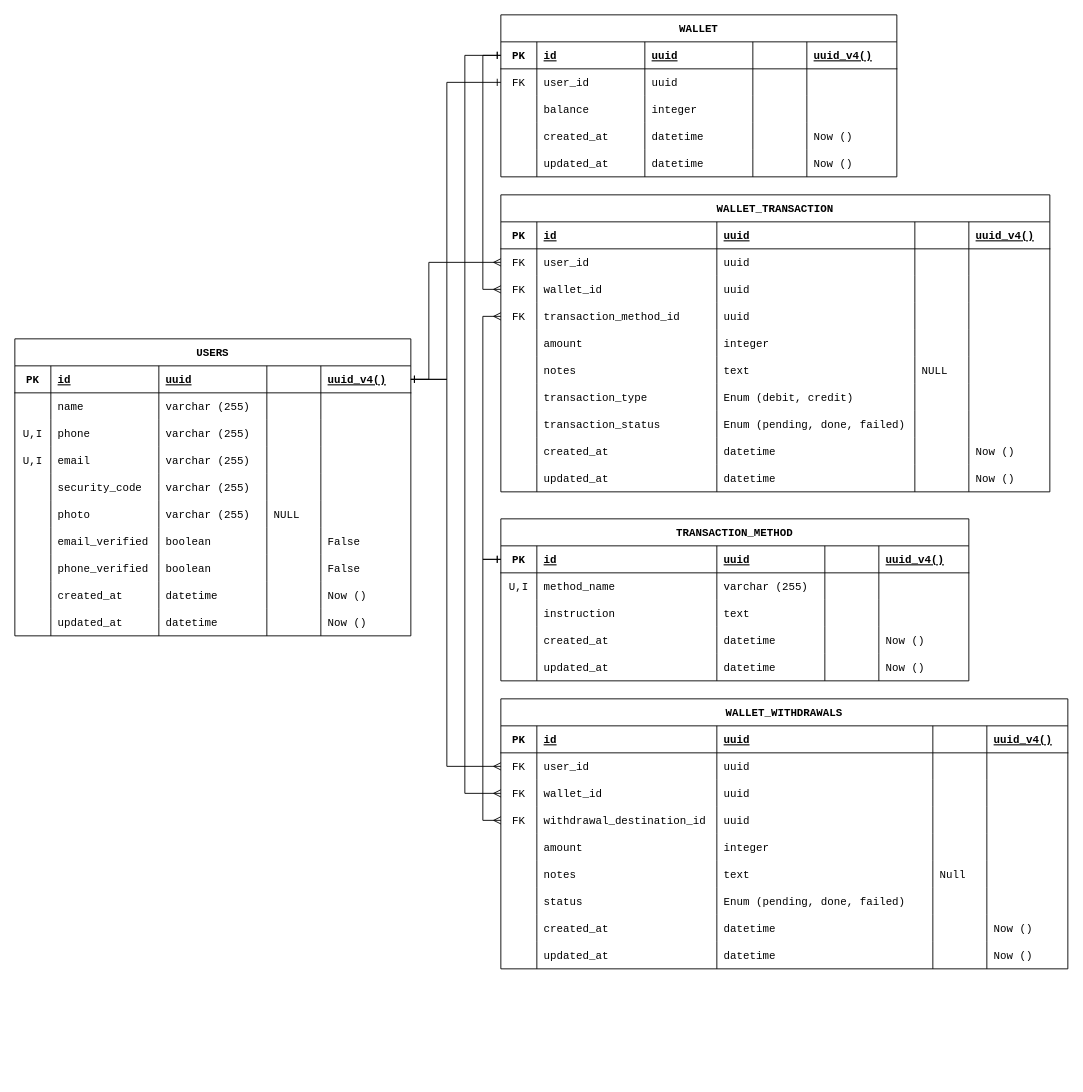
Above: requirements/Database ERD.drawio in foxxxesky/Final-Projects-Backend-OVO (draw.io), before the change. Source tidied: cells renumbered, new cells numbered last; positions are measured from the earlier drawing's top-left corner, leaving out a move shared by most shapes. Both pictures are drawn from the tidied source at 90%, with x=0, y=0 at pixel (14, 14).
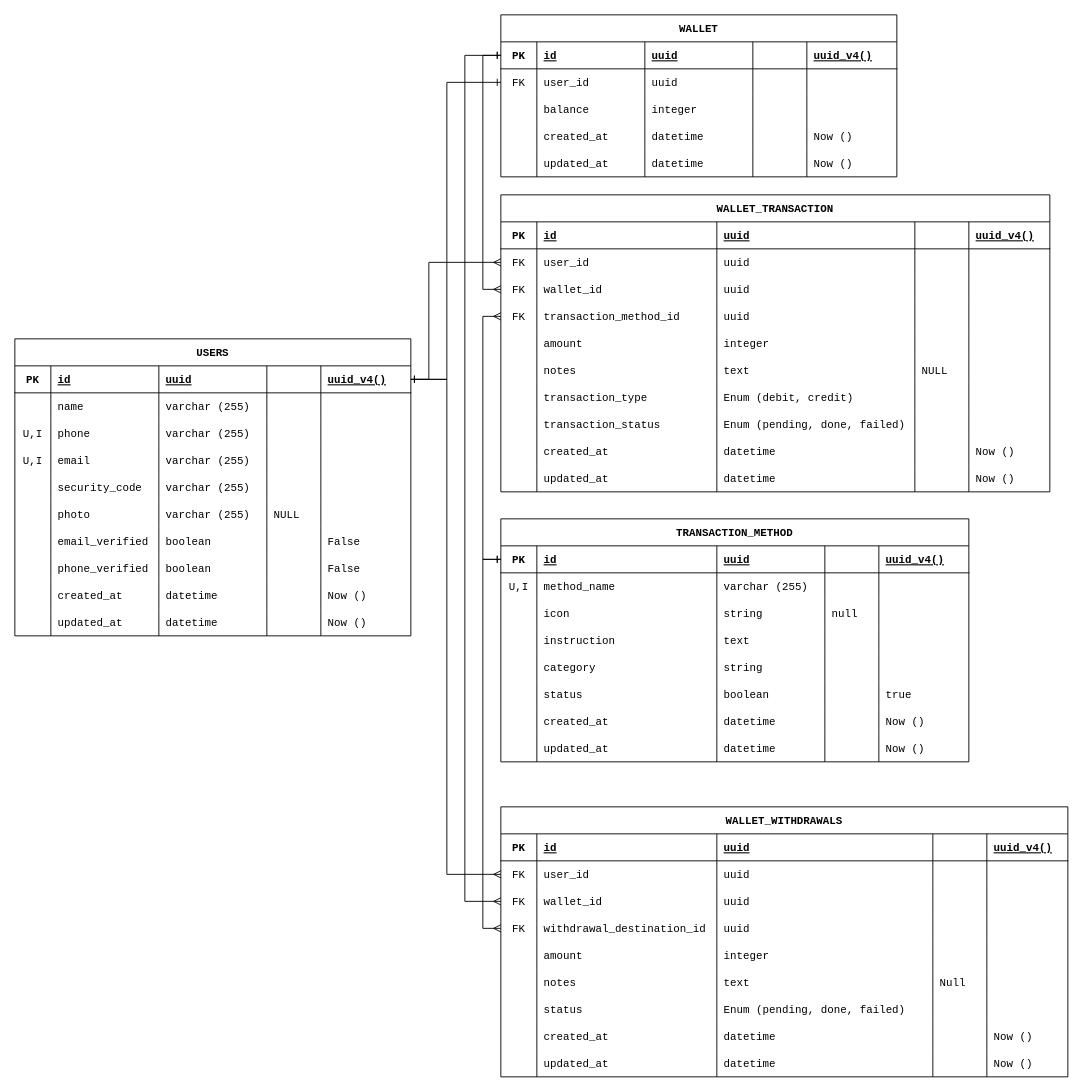
The same page after the edit.

Unchanged cells that the change refers to:
```xml
<mxCell id="3" style="shape=tableRow;horizontal=0;startSize=0;swimlaneHead=0;swimlaneBody=0;fillColor=none;points=[[0,0.5],[1,0.5]];portConstraint=eastwest;top=0;left=0;right=0;bottom=1;fontFamily=Courier New;" parent="2" vertex="1">
  <mxGeometry y="30" width="440" height="30" as="geometry" />
</mxCell>
<mxCell id="64" style="shape=tableRow;horizontal=0;startSize=0;swimlaneHead=0;swimlaneBody=0;fillColor=none;points=[[0,0.5],[1,0.5]];portConstraint=eastwest;top=0;left=0;right=0;bottom=1;fontFamily=Courier New;" parent="63" vertex="1">
  <mxGeometry y="30" width="440" height="30" as="geometry" />
</mxCell>
<mxCell id="157" style="shape=tableRow;horizontal=0;startSize=0;swimlaneHead=0;swimlaneBody=0;fillColor=none;points=[[0,0.5],[1,0.5]];portConstraint=eastwest;top=0;left=0;right=0;bottom=1;fontFamily=Courier New;" parent="156" vertex="1">
  <mxGeometry y="30" width="520" height="30" as="geometry" />
</mxCell>
<mxCell id="197" style="shape=tableRow;horizontal=0;startSize=0;swimlaneHead=0;swimlaneBody=0;fillColor=none;points=[[0,0.5],[1,0.5]];portConstraint=eastwest;top=0;left=0;right=0;bottom=0;fontFamily=Courier New;" parent="190" vertex="1">
  <mxGeometry y="60" width="630" height="30" as="geometry" />
</mxCell>
<mxCell id="203" style="shape=tableRow;horizontal=0;startSize=0;swimlaneHead=0;swimlaneBody=0;fillColor=none;points=[[0,0.5],[1,0.5]];portConstraint=eastwest;top=0;left=0;right=0;bottom=0;fontFamily=Courier New;" parent="190" vertex="1">
  <mxGeometry y="90" width="630" height="30" as="geometry" />
</mxCell>
<mxCell id="209" style="shape=tableRow;horizontal=0;startSize=0;swimlaneHead=0;swimlaneBody=0;fillColor=none;points=[[0,0.5],[1,0.5]];portConstraint=eastwest;top=0;left=0;right=0;bottom=0;fontFamily=Courier New;" parent="190" vertex="1">
  <mxGeometry y="120" width="630" height="30" as="geometry" />
</mxCell>
```

The edit, as a diff of the source:
```diff
@@
     <mxCell id="156" value="TRANSACTION_METHOD" style="shape=table;startSize=30;childLayout=tableLayout;rowLines=0;fontStyle=1;align=center;fontFamily=Courier New;" parent="1" vertex="1">
-      <mxGeometry x="540" y="560" width="520" height="180" as="geometry" />
+      <mxGeometry x="540" y="560" width="520" height="270" as="geometry" />
     </mxCell>
@@
+    <mxCell id="248" style="shape=tableRow;horizontal=0;startSize=0;swimlaneHead=0;swimlaneBody=0;fillColor=none;top=0;left=0;right=0;bottom=0;fontFamily=Courier New;" parent="156" vertex="1">
+      <mxGeometry y="90" width="520" height="30" as="geometry" />
+    </mxCell>
+    <mxCell id="249" style="shape=partialRectangle;fillColor=none;top=0;left=0;bottom=0;right=0;overflow=hidden;fontFamily=Courier New;" parent="248" vertex="1">
+      <mxGeometry width="40" height="30" as="geometry" />
+    </mxCell>
+    <mxCell id="250" value="icon" style="shape=partialRectangle;fillColor=none;top=0;left=0;bottom=0;right=0;align=left;spacingLeft=6;overflow=hidden;fontFamily=Courier New;" parent="248" vertex="1">
+      <mxGeometry x="40" width="200" height="30" as="geometry" />
+    </mxCell>
+    <mxCell id="251" value="string" style="shape=partialRectangle;fillColor=none;top=0;left=0;bottom=0;right=0;align=left;spacingLeft=6;overflow=hidden;fontFamily=Courier New;" parent="248" vertex="1">
+      <mxGeometry x="240" width="120" height="30" as="geometry" />
+    </mxCell>
+    <mxCell id="252" value="null" style="shape=partialRectangle;fillColor=none;top=0;left=0;bottom=0;right=0;align=left;spacingLeft=6;overflow=hidden;fontFamily=Courier New;" parent="248" vertex="1">
+      <mxGeometry x="360" width="60" height="30" as="geometry" />
+    </mxCell>
+    <mxCell id="253" style="shape=partialRectangle;fillColor=none;top=0;left=0;bottom=0;right=0;align=left;spacingLeft=6;overflow=hidden;fontFamily=Courier New;" parent="248" vertex="1">
+      <mxGeometry x="420" width="100" height="30" as="geometry" />
+    </mxCell>
     <mxCell id="169" style="shape=tableRow;horizontal=0;startSize=0;swimlaneHead=0;swimlaneBody=0;fillColor=none;top=0;left=0;right=0;bottom=0;fontFamily=Courier New;" parent="156" vertex="1">
-      <mxGeometry y="90" width="520" height="30" as="geometry" />
+      <mxGeometry y="120" width="520" height="30" as="geometry" />
     </mxCell>
@@
+    <mxCell id="254" style="shape=tableRow;horizontal=0;startSize=0;swimlaneHead=0;swimlaneBody=0;fillColor=none;top=0;left=0;right=0;bottom=0;fontFamily=Courier New;" parent="156" vertex="1">
+      <mxGeometry y="150" width="520" height="30" as="geometry" />
+    </mxCell>
+    <mxCell id="255" style="shape=partialRectangle;fillColor=none;top=0;left=0;bottom=0;right=0;overflow=hidden;fontFamily=Courier New;" parent="254" vertex="1">
+      <mxGeometry width="40" height="30" as="geometry" />
+    </mxCell>
+    <mxCell id="256" value="category" style="shape=partialRectangle;fillColor=none;top=0;left=0;bottom=0;right=0;align=left;spacingLeft=6;overflow=hidden;fontFamily=Courier New;" parent="254" vertex="1">
+      <mxGeometry x="40" width="200" height="30" as="geometry" />
+    </mxCell>
+    <mxCell id="257" value="string" style="shape=partialRectangle;fillColor=none;top=0;left=0;bottom=0;right=0;align=left;spacingLeft=6;overflow=hidden;fontFamily=Courier New;" parent="254" vertex="1">
+      <mxGeometry x="240" width="120" height="30" as="geometry" />
+    </mxCell>
+    <mxCell id="258" style="shape=partialRectangle;fillColor=none;top=0;left=0;bottom=0;right=0;align=left;spacingLeft=6;overflow=hidden;fontFamily=Courier New;" parent="254" vertex="1">
+      <mxGeometry x="360" width="60" height="30" as="geometry" />
+    </mxCell>
+    <mxCell id="259" style="shape=partialRectangle;fillColor=none;top=0;left=0;bottom=0;right=0;align=left;spacingLeft=6;overflow=hidden;fontFamily=Courier New;" parent="254" vertex="1">
+      <mxGeometry x="420" width="100" height="30" as="geometry" />
+    </mxCell>
+    <mxCell id="260" style="shape=tableRow;horizontal=0;startSize=0;swimlaneHead=0;swimlaneBody=0;fillColor=none;top=0;left=0;right=0;bottom=0;fontFamily=Courier New;" parent="156" vertex="1">
+      <mxGeometry y="180" width="520" height="30" as="geometry" />
+    </mxCell>
+    <mxCell id="261" style="shape=partialRectangle;fillColor=none;top=0;left=0;bottom=0;right=0;overflow=hidden;fontFamily=Courier New;" parent="260" vertex="1">
+      <mxGeometry width="40" height="30" as="geometry" />
+    </mxCell>
+    <mxCell id="262" value="status" style="shape=partialRectangle;fillColor=none;top=0;left=0;bottom=0;right=0;align=left;spacingLeft=6;overflow=hidden;fontFamily=Courier New;" parent="260" vertex="1">
+      <mxGeometry x="40" width="200" height="30" as="geometry" />
+    </mxCell>
+    <mxCell id="263" value="boolean" style="shape=partialRectangle;fillColor=none;top=0;left=0;bottom=0;right=0;align=left;spacingLeft=6;overflow=hidden;fontFamily=Courier New;" parent="260" vertex="1">
+      <mxGeometry x="240" width="120" height="30" as="geometry" />
+    </mxCell>
+    <mxCell id="264" style="shape=partialRectangle;fillColor=none;top=0;left=0;bottom=0;right=0;align=left;spacingLeft=6;overflow=hidden;fontFamily=Courier New;" parent="260" vertex="1">
+      <mxGeometry x="360" width="60" height="30" as="geometry" />
+    </mxCell>
+    <mxCell id="265" value="true" style="shape=partialRectangle;fillColor=none;top=0;left=0;bottom=0;right=0;align=left;spacingLeft=6;overflow=hidden;fontFamily=Courier New;" parent="260" vertex="1">
+      <mxGeometry x="420" width="100" height="30" as="geometry" />
+    </mxCell>
     <mxCell id="175" style="shape=tableRow;horizontal=0;startSize=0;swimlaneHead=0;swimlaneBody=0;fillColor=none;top=0;left=0;right=0;bottom=0;fontFamily=Courier New;" parent="156" vertex="1">
-      <mxGeometry y="120" width="520" height="30" as="geometry" />
+      <mxGeometry y="210" width="520" height="30" as="geometry" />
     </mxCell>
@@
     <mxCell id="181" style="shape=tableRow;horizontal=0;startSize=0;swimlaneHead=0;swimlaneBody=0;fillColor=none;top=0;left=0;right=0;bottom=0;fontFamily=Courier New;" parent="156" vertex="1">
-      <mxGeometry y="150" width="520" height="30" as="geometry" />
+      <mxGeometry y="240" width="520" height="30" as="geometry" />
     </mxCell>
@@
     <mxCell id="190" value="WALLET_WITHDRAWALS" style="shape=table;startSize=30;childLayout=tableLayout;rowLines=0;fontStyle=1;align=center;fontFamily=Courier New;" parent="1" vertex="1">
-      <mxGeometry x="540" y="760" width="630" height="300" as="geometry" />
+      <mxGeometry x="540" y="880" width="630" height="300" as="geometry" />
     </mxCell>
@@
     <mxCell id="245" style="edgeStyle=orthogonalEdgeStyle;html=1;entryX=0;entryY=0.5;entryDx=0;entryDy=0;startArrow=ERone;startFill=0;endArrow=ERmany;endFill=0;rounded=0;" parent="1" edge="1" source="3" target="197">
       <mxGeometry relative="1" as="geometry">
         <Array as="points">
           <mxPoint x="480" y="405" />
-          <mxPoint x="480" y="835" />
+          <mxPoint x="480" y="955" />
         </Array>
       </mxGeometry>
     </mxCell>
     <mxCell id="246" style="edgeStyle=orthogonalEdgeStyle;rounded=0;html=1;entryX=0;entryY=0.5;entryDx=0;entryDy=0;startArrow=ERone;startFill=0;endArrow=ERmany;endFill=0;" parent="1" edge="1" source="64" target="203">
       <mxGeometry relative="1" as="geometry">
         <Array as="points">
           <mxPoint x="500" y="45" />
-          <mxPoint x="500" y="865" />
+          <mxPoint x="500" y="985" />
         </Array>
       </mxGeometry>
     </mxCell>
     <mxCell id="247" style="edgeStyle=orthogonalEdgeStyle;rounded=0;html=1;entryX=0;entryY=0.5;entryDx=0;entryDy=0;startArrow=ERone;startFill=0;endArrow=ERmany;endFill=0;" parent="1" edge="1" source="157" target="209">
       <mxGeometry relative="1" as="geometry">
         <Array as="points">
           <mxPoint x="520" y="605" />
-          <mxPoint x="520" y="895" />
+          <mxPoint x="520" y="1015" />
         </Array>
       </mxGeometry>
     </mxCell>
```
